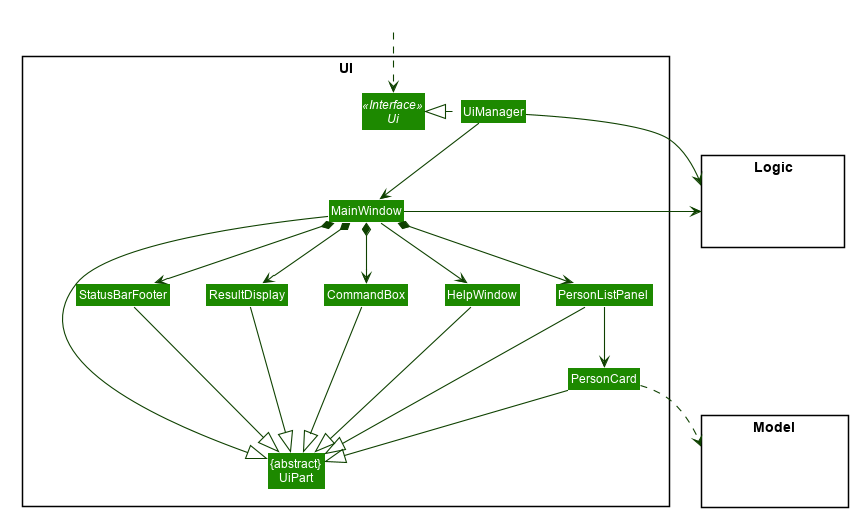
This is docs/images/UiClassDiagram.png from nus-cs2103-AY2021S1/tp, a PlantUML export, as it was before one commit. Its diagram source:
```plantuml
@startuml








skinparam BackgroundColor #FFFFFFF

skinparam Shadowing false

skinparam Class {
    FontColor #FFFFFF
    BorderThickness 1
    BorderColor #FFFFFF
    StereotypeFontColor #FFFFFF
    FontName Arial
}

skinparam Actor {
    BorderColor #000000
    Color #000000
    FontName Arial
}

skinparam Sequence {
    MessageAlign center
    BoxFontSize 15
    BoxPadding 0
    BoxFontColor #FFFFFF
    FontName Arial
}

skinparam Participant {
    FontColor #FFFFFFF
    Padding 20
}

skinparam MinClassWidth 50
skinparam ParticipantPadding 10
skinparam Shadowing false
skinparam DefaultTextAlignment center
skinparam packageStyle Rectangle

hide footbox
hide members
hide circle
skinparam arrowThickness 1.1
skinparam arrowColor #0E4100
skinparam classBackgroundColor #1D8900

package UI <<Rectangle>>{
Interface Ui <<Interface>>
Class "{abstract}\nUiPart" as UiPart
Class UiManager
Class MainWindow
Class HelpWindow
Class ResultDisplay
Class PersonListPanel
Class PersonCard
Class StatusBarFooter
Class CommandBox
}

package Model <<Rectangle>> {
Class HiddenModel #FFFFFF
}

package Logic <<Rectangle>> {
Class HiddenLogic #FFFFFF
}

Class HiddenOutside #FFFFFF
HiddenOutside ..> Ui

UiManager .left.|> Ui
UiManager -down-> MainWindow
MainWindow --> HelpWindow
MainWindow *-down-> CommandBox
MainWindow *-down-> ResultDisplay
MainWindow *-down-> PersonListPanel
MainWindow *-down-> StatusBarFooter

PersonListPanel -down-> PersonCard

MainWindow -left-|> UiPart

ResultDisplay --|> UiPart
CommandBox --|> UiPart
PersonListPanel --|> UiPart
PersonCard --|> UiPart
StatusBarFooter --|> UiPart
HelpWindow -down-|> UiPart

PersonCard ..> Model
UiManager -right-> Logic
MainWindow -left-> Logic

PersonListPanel -[hidden]left- HelpWindow
HelpWindow -[hidden]left- CommandBox
CommandBox -[hidden]left- ResultDisplay
ResultDisplay -[hidden]left- StatusBarFooter

MainWindow -[hidden]-|> UiPart
@enduml
```
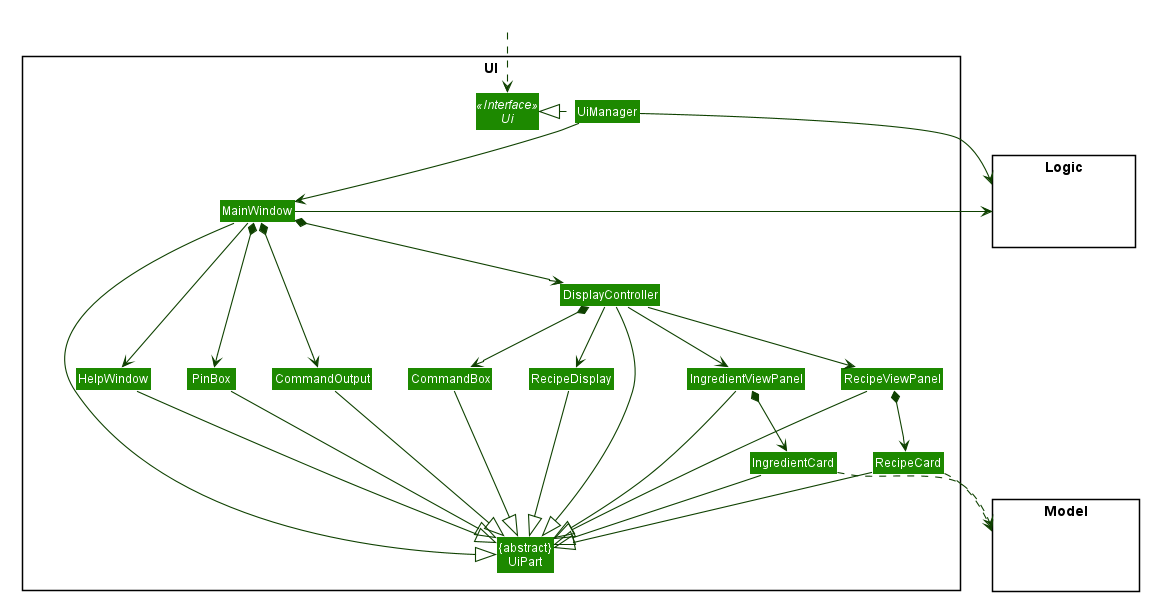
After the commit.

Diff of the diagram source:
```diff
@@ -57,11 +57,15 @@
 Class UiManager
 Class MainWindow
 Class HelpWindow
-Class ResultDisplay
-Class PersonListPanel
-Class PersonCard
-Class StatusBarFooter
+Class CommandOutput
+Class RecipeViewPanel
+Class RecipeCard
 Class CommandBox
+Class IngredientViewPanel
+Class IngredientCard
+Class DisplayController
+Class PinBox
+Class RecipeDisplay
 }
 
 package Model <<Rectangle>> {
@@ -78,30 +82,41 @@
 UiManager .left.|> Ui
 UiManager -down-> MainWindow
 MainWindow --> HelpWindow
-MainWindow *-down-> CommandBox
-MainWindow *-down-> ResultDisplay
-MainWindow *-down-> PersonListPanel
-MainWindow *-down-> StatusBarFooter
+MainWindow *-down-> CommandOutput
+MainWindow *-down-> PinBox
+MainWindow *-down-> DisplayController
+DisplayController -down-> RecipeViewPanel
+DisplayController -down-> IngredientViewPanel
+DisplayController -down-> RecipeDisplay
+DisplayController *-down-> CommandBox
 
-PersonListPanel -down-> PersonCard
+RecipeViewPanel *-down-> RecipeCard
+IngredientViewPanel *-down-> IngredientCard
 
 MainWindow -left-|> UiPart
 
-ResultDisplay --|> UiPart
+CommandOutput --|> UiPart
 CommandBox --|> UiPart
-PersonListPanel --|> UiPart
-PersonCard --|> UiPart
-StatusBarFooter --|> UiPart
-HelpWindow -down-|> UiPart
+RecipeViewPanel --|> UiPart
+RecipeCard --|> UiPart
+PinBox --|> UiPart
+DisplayController --|> UiPart
+IngredientCard --|> UiPart
+HelpWindow --|> UiPart
+RecipeDisplay --|> UiPart
+IngredientViewPanel --|> UiPart
 
-PersonCard ..> Model
+RecipeCard ..> Model
+IngredientCard ..> Model
 UiManager -right-> Logic
 MainWindow -left-> Logic
 
-PersonListPanel -[hidden]left- HelpWindow
-HelpWindow -[hidden]left- CommandBox
-CommandBox -[hidden]left- ResultDisplay
-ResultDisplay -[hidden]left- StatusBarFooter
+CommandBox -[hidden]left- CommandOutput
+CommandOutput -[hidden]left- PinBox
+PinBox -[hidden]left- HelpWindow
+RecipeDisplay -[hidden]left- CommandBox
+
+
 
 MainWindow -[hidden]-|> UiPart
 @enduml
```
